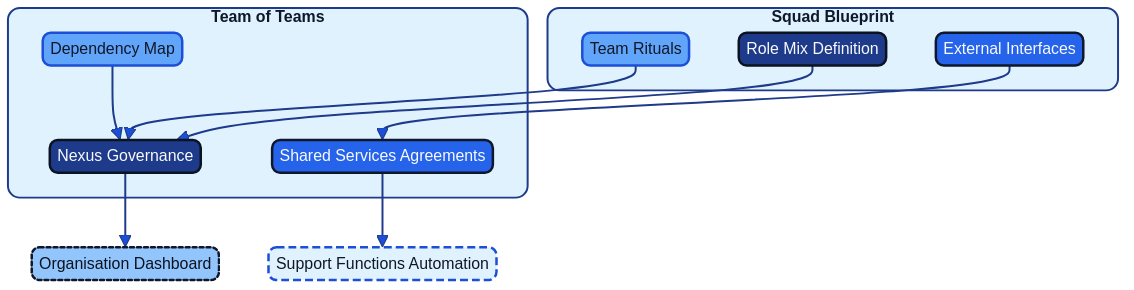
This is docs/images/diagram_19_team_of_teams.png from Geonitab/architecture_as_code, a Mermaid export, as it was before one commit. Its source is kept beside it as docs/images/diagram_19_team_of_teams.mmd.
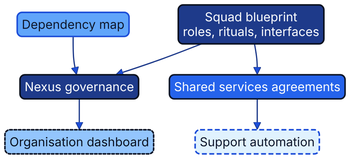
Later version of the same file.

Diff of the diagram source:
```diff
@@ -1,19 +1,13 @@
 flowchart TD
-    subgraph Squad Blueprint
-        Roles[Role Mix Definition]:::kv-primary
-        Rituals[Team Rituals]:::kv-highlight
-        Interfaces[External Interfaces]:::kv-accent
-    end
+    Blueprint["Squad blueprint<br/>roles, rituals, interfaces"]:::kv-primary
+    Dependencies[Dependency map]:::kv-highlight
+    Nexus[Nexus governance]:::kv-primary
+    Shared[Shared services agreements]:::kv-accent
+    Support[Support automation]:::kv-muted
+    Dashboard[Organisation dashboard]:::kv-pattern
 
-    subgraph Team of Teams
-        Nexus[Nexus Governance]:::kv-primary
-        SharedServices[Shared Services Agreements]:::kv-accent
-        Dependencies[Dependency Map]:::kv-highlight
-    end
-
-    Roles --> Nexus
-    Rituals --> Nexus
-    Interfaces --> SharedServices
+    Blueprint --> Nexus
     Dependencies --> Nexus
-    SharedServices --> Support[Support Functions Automation]:::kv-muted
-    Nexus --> Visibility[Organisation Dashboard]:::kv-pattern
+    Blueprint --> Shared
+    Shared --> Support
+    Nexus --> Dashboard
```
